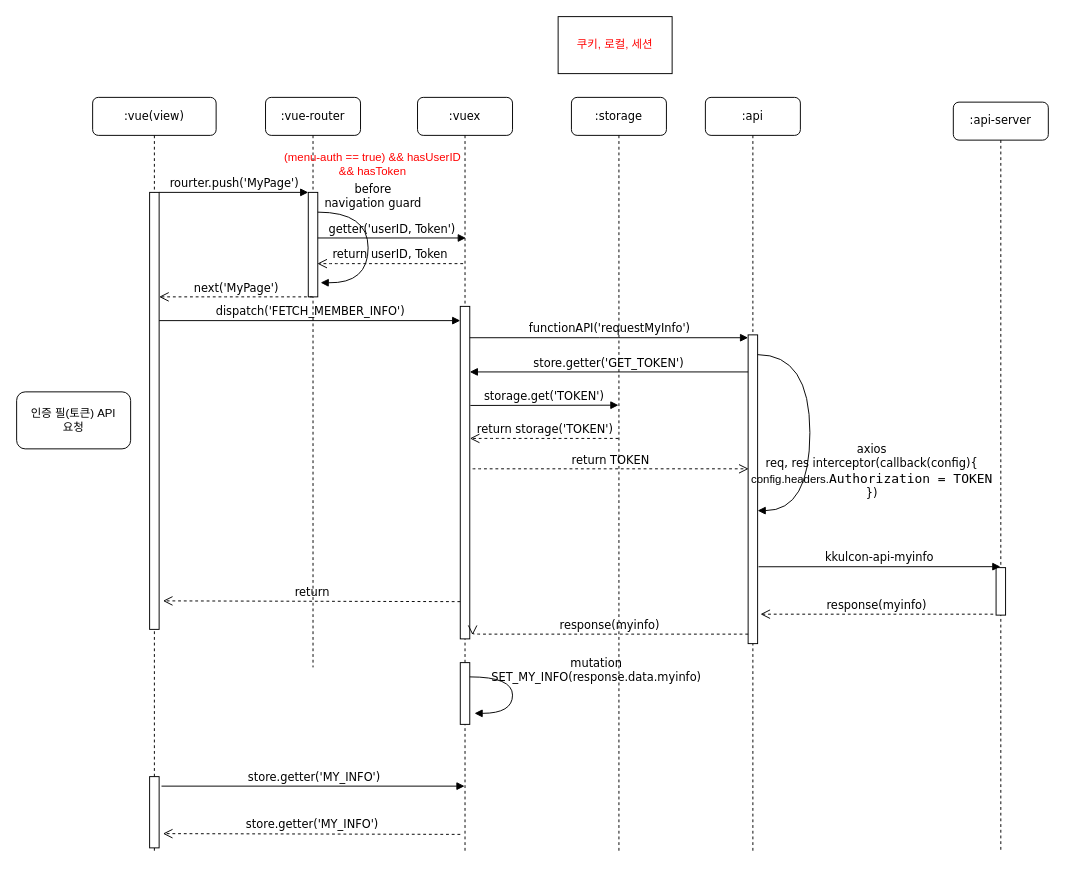
Above: public/hasToken_nomalAPI.drawio in Develing1991/vuetiful-layout2 (draw.io), before the change. Source tidied: cells renumbered, new cells numbered last; positions are measured from the earlier drawing's top-left corner, leaving out a move shared by most shapes. Both pictures are drawn from the tidied source at 95%, with x=0, y=0 at pixel (16, 16).
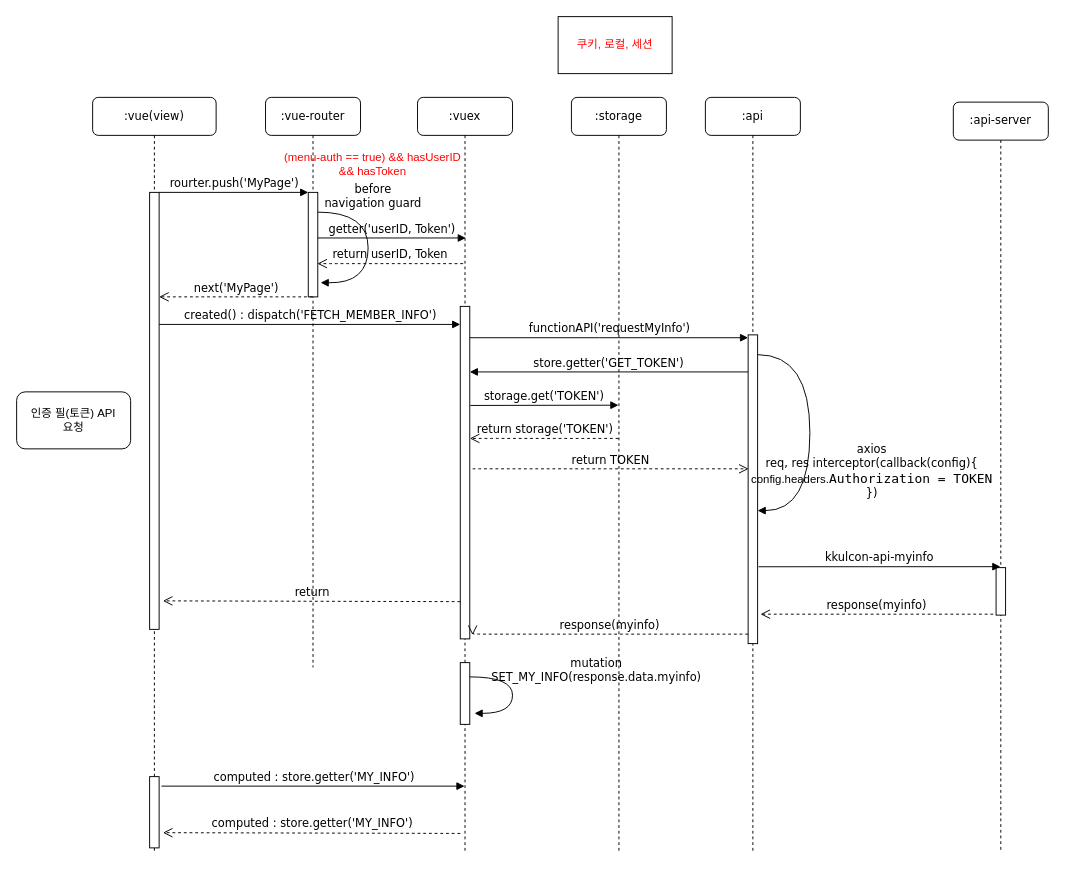
Above is the later version.

The change refers to these unchanged cells:
```xml
<mxCell id="6" value=":vuex" style="shape=umlLifeline;perimeter=lifelinePerimeter;whiteSpace=wrap;html=1;rounded=1;shadow=0;comic=0;labelBackgroundColor=none;strokeWidth=1;fontFamily=Verdana;fontSize=12;align=center;" parent="1" vertex="1">
  <mxGeometry x="422" y="85" width="100" height="795" as="geometry" />
</mxCell>
```

What changed in the source:
```diff
@@
-    <mxCell id="12" value="store.getter('MY_INFO')" style="html=1;verticalAlign=bottom;endArrow=open;dashed=1;endSize=8;labelBackgroundColor=none;fontFamily=Verdana;fontSize=12;edgeStyle=elbowEdgeStyle;elbow=vertical;entryX=1.4;entryY=0.935;entryDx=0;entryDy=0;entryPerimeter=0;" parent="6" edge="1">
+    <mxCell id="12" value="computed : store.getter('MY_INFO')" style="html=1;verticalAlign=bottom;endArrow=open;dashed=1;endSize=8;labelBackgroundColor=none;fontFamily=Verdana;fontSize=12;edgeStyle=elbowEdgeStyle;elbow=vertical;entryX=1.4;entryY=0.935;entryDx=0;entryDy=0;entryPerimeter=0;" parent="6" edge="1">
       <mxGeometry relative="1" as="geometry">
-        <mxPoint x="45" y="775.8" as="sourcePoint" />
-        <mxPoint x="-268" y="775.1" as="targetPoint" />
+        <mxPoint x="45" y="774.8" as="sourcePoint" />
+        <mxPoint x="-268" y="774.1" as="targetPoint" />
         <Array as="points">
-          <mxPoint x="-134" y="775" />
+          <mxPoint x="-134" y="774" />
         </Array>
       </mxGeometry>
     </mxCell>
@@
-    <mxCell id="25" value="dispatch('FETCH_MEMBER_INFO')" style="html=1;verticalAlign=bottom;endArrow=block;labelBackgroundColor=none;fontFamily=Verdana;fontSize=12;edgeStyle=elbowEdgeStyle;elbow=vertical;entryX=0.3;entryY=0.031;entryDx=0;entryDy=0;entryPerimeter=0;" parent="1" edge="1">
+    <mxCell id="25" value="created() : dispatch('FETCH_MEMBER_INFO')" style="html=1;verticalAlign=bottom;endArrow=block;labelBackgroundColor=none;fontFamily=Verdana;fontSize=12;edgeStyle=elbowEdgeStyle;elbow=vertical;entryX=0.3;entryY=0.031;entryDx=0;entryDy=0;entryPerimeter=0;" parent="1" edge="1">
       <mxGeometry relative="1" as="geometry">
-        <mxPoint x="150" y="320" as="sourcePoint" />
-        <mxPoint x="467" y="320.9" as="targetPoint" />
+        <mxPoint x="150" y="324" as="sourcePoint" />
+        <mxPoint x="467" y="324.9" as="targetPoint" />
         <Array as="points">
-          <mxPoint x="377" y="320" />
+          <mxPoint x="377" y="324" />
         </Array>
       </mxGeometry>
     </mxCell>
@@
-    <mxCell id="34" value="store.getter('MY_INFO')" style="html=1;verticalAlign=bottom;endArrow=block;labelBackgroundColor=none;fontFamily=Verdana;fontSize=12;edgeStyle=elbowEdgeStyle;elbow=vertical;entryX=0.3;entryY=0.031;entryDx=0;entryDy=0;entryPerimeter=0;" parent="1" edge="1">
+    <mxCell id="34" value="computed : store.getter('MY_INFO')" style="html=1;verticalAlign=bottom;endArrow=block;labelBackgroundColor=none;fontFamily=Verdana;fontSize=12;edgeStyle=elbowEdgeStyle;elbow=vertical;entryX=0.3;entryY=0.031;entryDx=0;entryDy=0;entryPerimeter=0;" parent="1" edge="1">
       <mxGeometry relative="1" as="geometry">
         <mxPoint x="152.5" y="810" as="sourcePoint" />
         <mxPoint x="471.5" y="810.9" as="targetPoint" />
         <Array as="points">
           <mxPoint x="381.5" y="810" />
         </Array>
       </mxGeometry>
     </mxCell>
```
